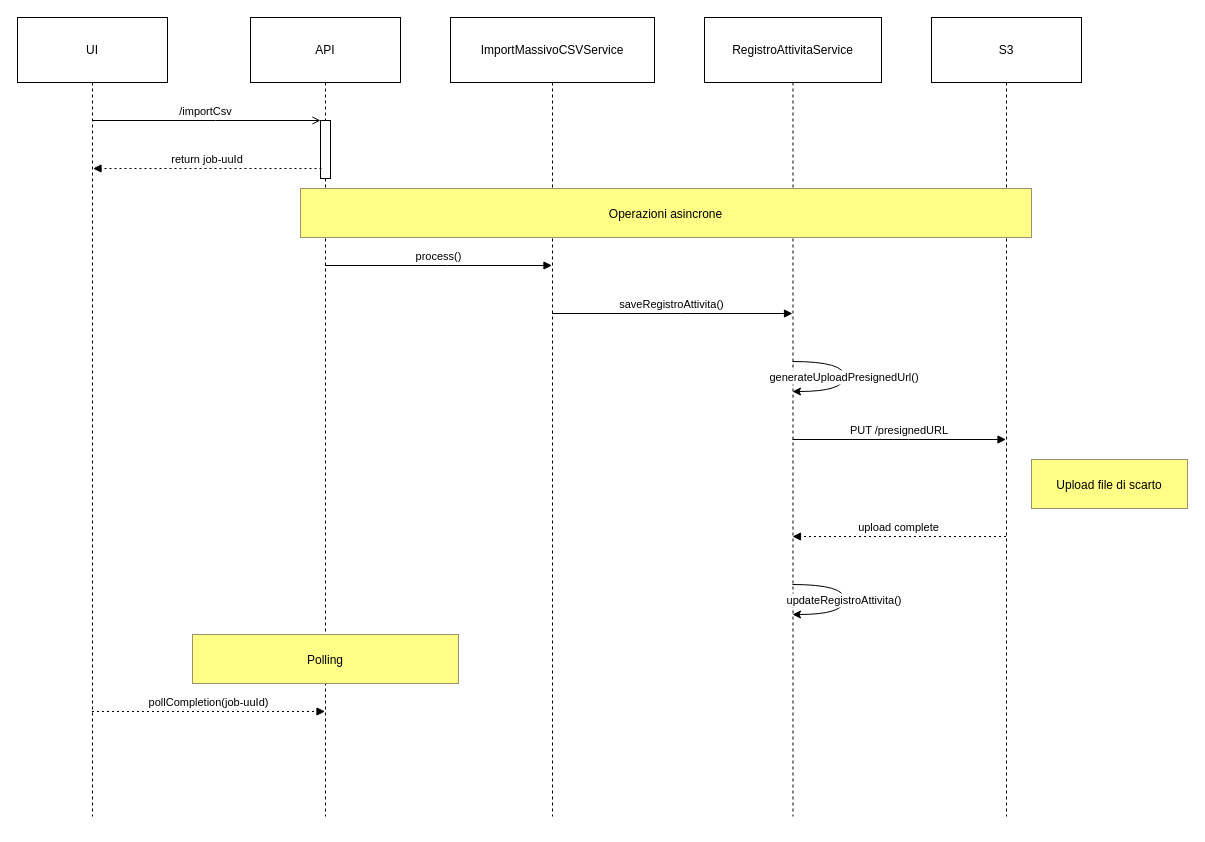
Earlier version of the draw.io diagram new caricamento massivo.drawio (fascox/fascox). Source tidied: cells renumbered, new cells numbered last; positions are measured from the earlier drawing's top-left corner, leaving out a move shared by most shapes. Both pictures are drawn from the tidied source at 100%, with x=0, y=0 at pixel (17, 17).
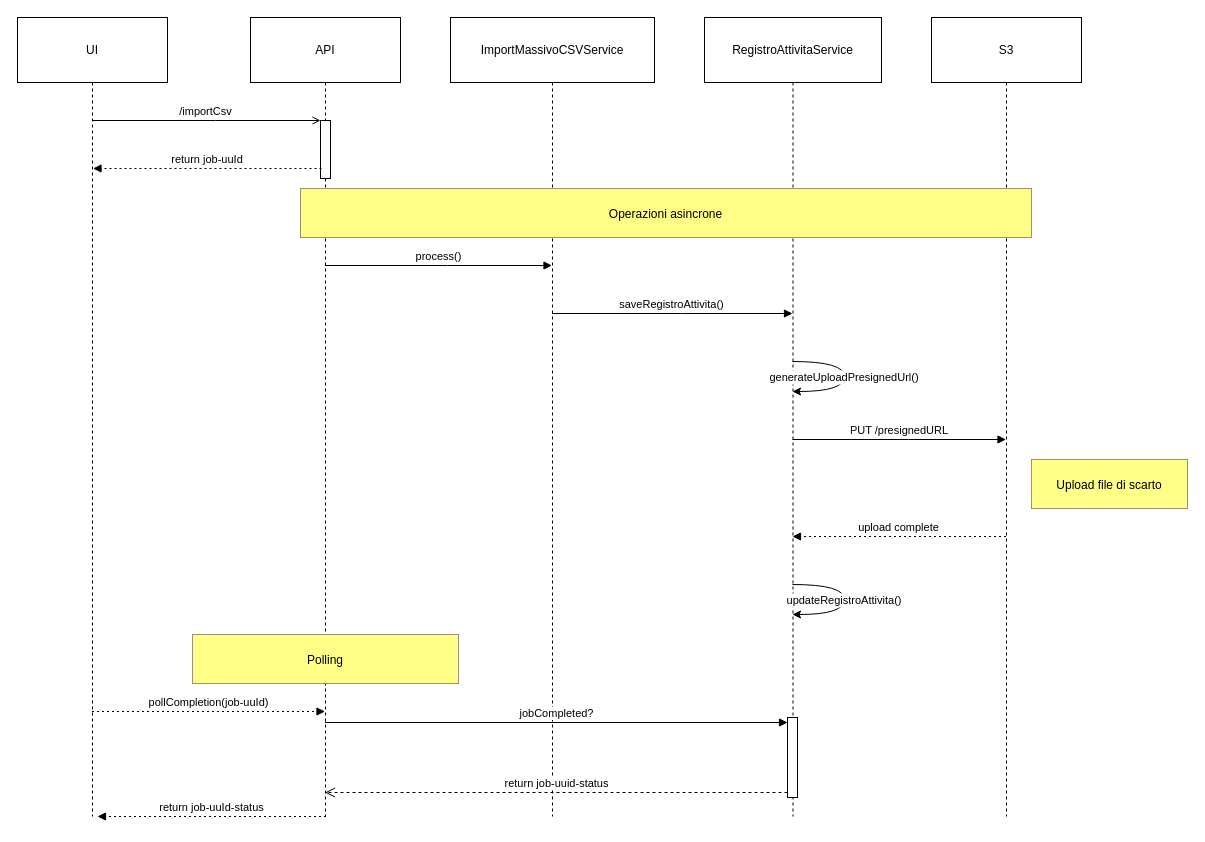
After the change.

Unchanged cells that the change refers to:
```xml
<mxCell id="3" value="API" style="shape=umlLifeline;perimeter=lifelinePerimeter;whiteSpace=wrap;outlineConnect=0;portConstraint=eastwest;newEdgeStyle={&quot;edgeStyle&quot;:&quot;elbowEdgeStyle&quot;,&quot;elbow&quot;:&quot;vertical&quot;,&quot;curved&quot;:0,&quot;rounded&quot;:0};size=65;" parent="1" vertex="1">
  <mxGeometry x="233" width="150" height="799" as="geometry" />
</mxCell>
<mxCell id="6" value="RegistroAttivitaService" style="shape=umlLifeline;perimeter=lifelinePerimeter;whiteSpace=wrap;outlineConnect=0;portConstraint=eastwest;newEdgeStyle={&quot;edgeStyle&quot;:&quot;elbowEdgeStyle&quot;,&quot;elbow&quot;:&quot;vertical&quot;,&quot;curved&quot;:0,&quot;rounded&quot;:0};size=65;" parent="1" vertex="1">
  <mxGeometry x="687" width="177" height="799" as="geometry" />
</mxCell>
```

Change to the diagram source:
```diff
@@
+    <mxCell id="20" style="html=1;points=[[0,0,0,0,5],[0,1,0,0,-5],[1,0,0,0,5],[1,1,0,0,-5]];perimeter=orthogonalPerimeter;outlineConnect=0;targetShapes=umlLifeline;portConstraint=eastwest;newEdgeStyle={&quot;curved&quot;:0,&quot;rounded&quot;:0};" parent="6" vertex="1">
+      <mxGeometry x="83" y="700" width="10" height="80" as="geometry" />
+    </mxCell>
@@
+    <mxCell id="21" value="jobCompleted?" style="html=1;verticalAlign=bottom;endArrow=block;curved=0;rounded=0;entryX=0;entryY=0;entryDx=0;entryDy=5;" parent="1" edge="1" source="3" target="20">
+      <mxGeometry relative="1" as="geometry" />
+    </mxCell>
+    <mxCell id="22" value="return job-uuid-status" style="html=1;verticalAlign=bottom;endArrow=open;dashed=1;endSize=8;curved=0;rounded=0;exitX=0;exitY=1;exitDx=0;exitDy=-5;" parent="1" edge="1" source="20" target="3">
+      <mxGeometry relative="1" as="geometry" />
+    </mxCell>
+    <mxCell id="23" value="return job-uuId-status" style="verticalAlign=bottom;endArrow=block;edgeStyle=elbowEdgeStyle;elbow=horizontal;curved=0;rounded=0;dashed=1;dashPattern=2 3;" parent="1" edge="1">
+      <mxGeometry relative="1" as="geometry">
+        <mxPoint x="308.5" y="799" as="sourcePoint" />
+        <mxPoint x="80" y="799" as="targetPoint" />
+        <Array as="points">
+          <mxPoint x="206.5" y="799" />
+        </Array>
+      </mxGeometry>
+    </mxCell>
```
